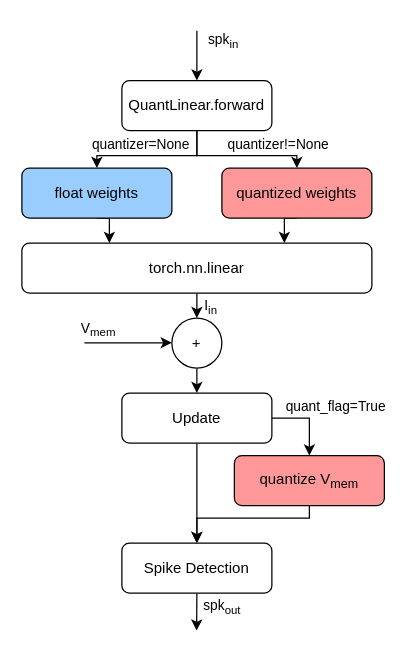
The draw.io diagram qat_neuron.drawio in AurelieSa/draw_io, before the edit. Source tidied: cells renumbered, new cells numbered last; positions are measured from the earlier drawing's top-left corner, leaving out a move shared by most shapes. Both pictures are drawn from the tidied source at 125%, with x=0, y=0 at pixel (21, 30).
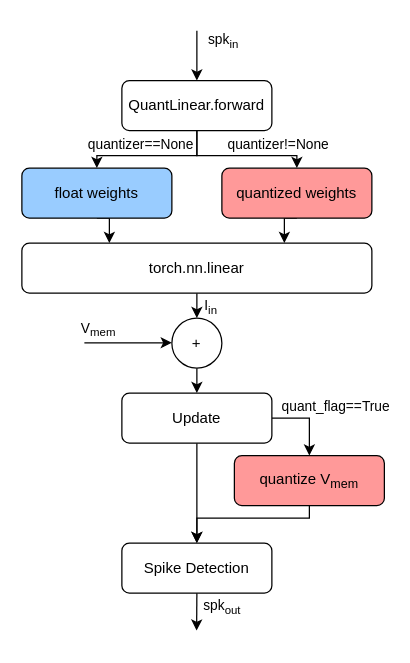
Above is the later version.

Unchanged cells that the change refers to:
```xml
<mxCell id="2" style="edgeStyle=orthogonalEdgeStyle;rounded=0;jettySize=auto;html=1;exitX=0.5;exitY=1;exitDx=0;exitDy=0;entryX=0.5;entryY=0;entryDx=0;entryDy=0;" parent="1" edge="1" source="6" target="8">
  <mxGeometry relative="1" as="geometry" />
</mxCell>
<mxCell id="20" style="edgeStyle=orthogonalEdgeStyle;rounded=0;jettySize=auto;html=1;exitX=1;exitY=0.5;exitDx=0;exitDy=0;entryX=0.5;entryY=0;entryDx=0;entryDy=0;" parent="1" edge="1" source="23" target="25">
  <mxGeometry relative="1" as="geometry" />
</mxCell>
```

Change to the diagram source:
```diff
@@
-    <mxCell id="3" value="quantizer=None" style="edgeLabel;html=1;align=center;verticalAlign=middle;" parent="2" vertex="1">
+    <mxCell id="3" value="&lt;div&gt;quantizer==None&lt;/div&gt;" style="edgeLabel;html=1;align=center;verticalAlign=middle;" parent="2" vertex="1">
       <mxGeometry x="-0.1" y="1" relative="1" as="geometry">
         <mxPoint x="-16" y="-11" as="offset" />
       </mxGeometry>
     </mxCell>
@@
-    <mxCell id="21" value="quant_flag=True" style="edgeLabel;html=1;align=center;verticalAlign=middle;" parent="20" vertex="1">
+    <mxCell id="21" value="quant_flag==True" style="edgeLabel;html=1;align=center;verticalAlign=middle;" parent="20" vertex="1">
       <mxGeometry x="0.03" relative="1" as="geometry">
         <mxPoint x="20" y="-11" as="offset" />
       </mxGeometry>
     </mxCell>
```
